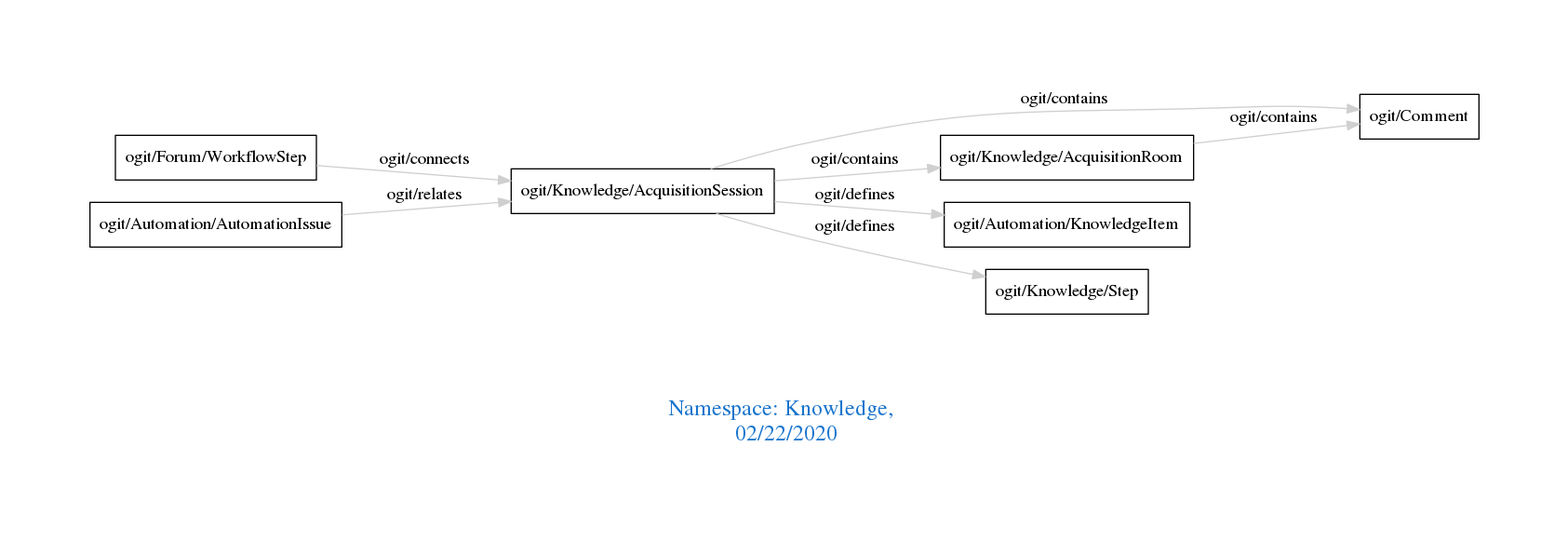
The Graphviz diagram downloads/Knowledge.png in arago/OGIT, before a commit. Its source is kept beside it as downloads/Knowledge.dot.
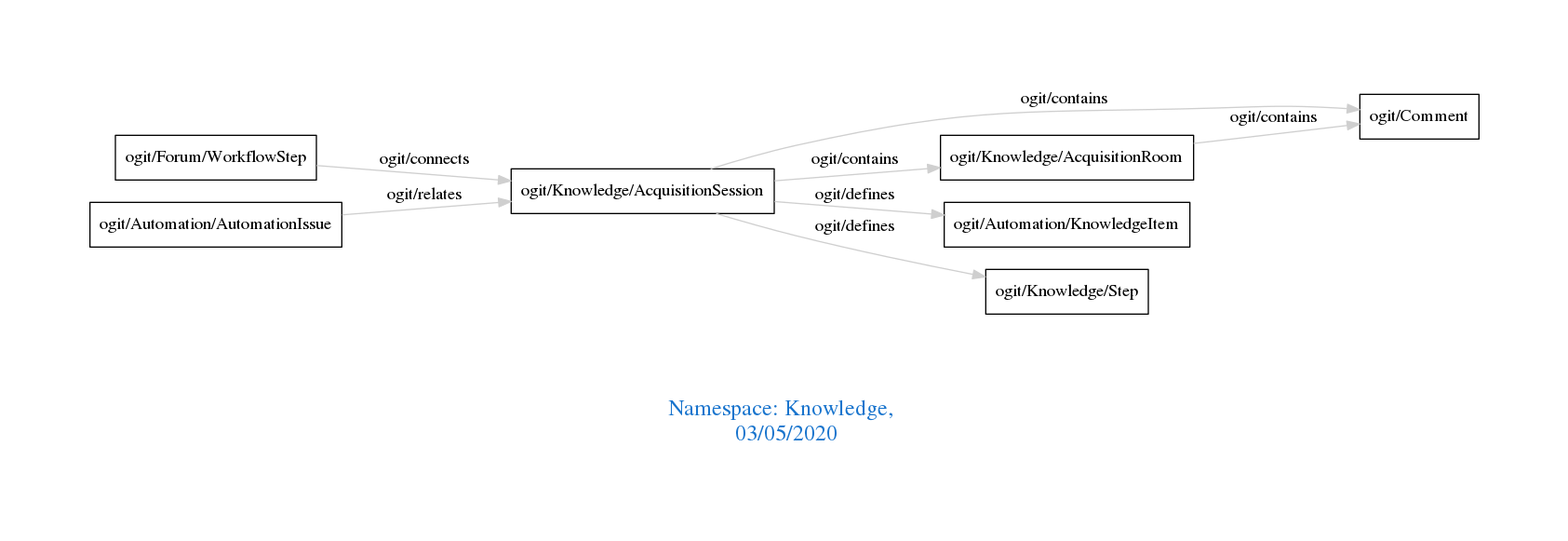
After the change.

Diff of the diagram source:
```diff
@@ -1,7 +1,7 @@
 digraph OGIT_ontology {
  graph [ rankdir= LR,pad=1
 fontsize = 18,
-fontcolor= dodgerblue3,label = "\n\n\nNamespace: Knowledge, \n 02/22/2020"];
+fontcolor= dodgerblue3,label = "\n\n\nNamespace: Knowledge, \n 03/05/2020"];
 node[shape=polygon];
 edge [  color="gray81"];
 
```
